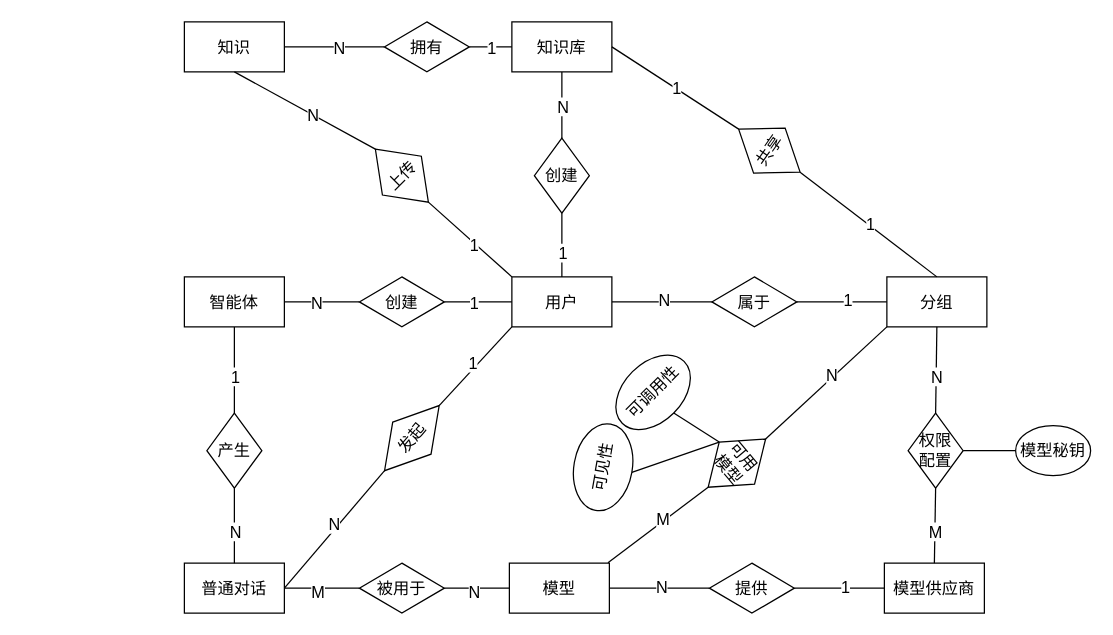
Earlier version of the draw.io diagram 实体联系图.drawio (Chentx1243/draw.io). Source tidied: cells renumbered, new cells numbered last; positions are measured from the earlier drawing's top-left corner, leaving out a move shared by most shapes. Both pictures are drawn from the tidied source at 125%, with x=0, y=0 at pixel (184, 21).
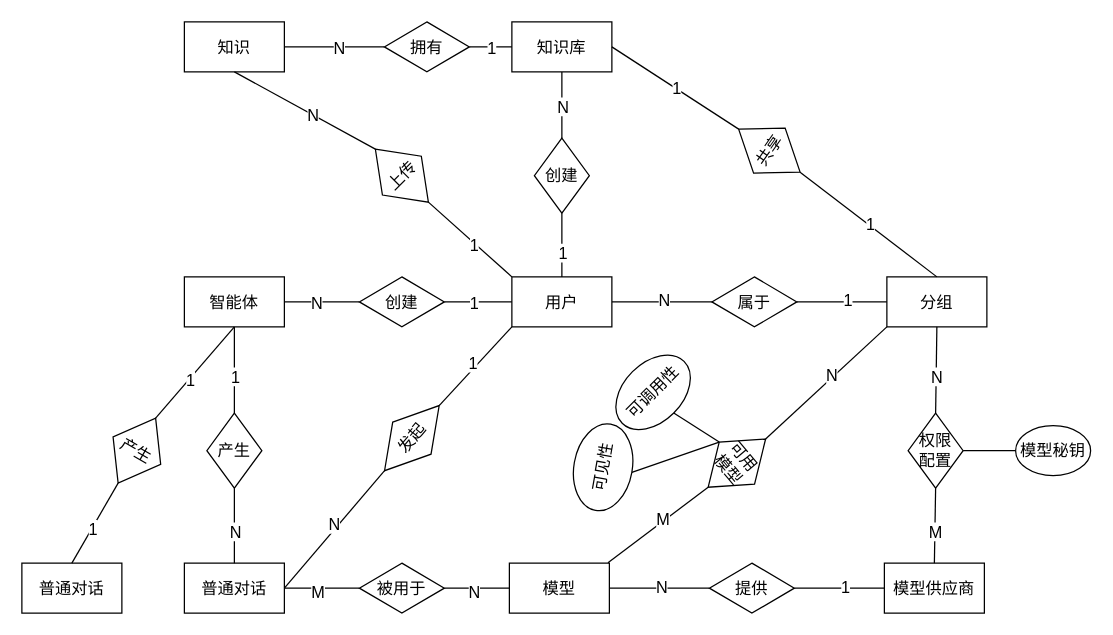
The same page after the edit.

Commit message (it also covers changes not shown here):
更新实体联系图.drawio

Unchanged cells that the change refers to:
```xml
<mxCell id="65" value="智能体" style="rounded=0;whiteSpace=wrap;html=1;fontFamily=宋体;fontSize=13;" parent="1" vertex="1">
  <mxGeometry y="204" width="80" height="40" as="geometry" />
</mxCell>
```

The edit, as a diff of the source:
```diff
@@
+    <mxCell id="76" value="普通对话" style="rounded=0;whiteSpace=wrap;html=1;fontFamily=宋体;fontSize=13;" parent="1" vertex="1">
+      <mxGeometry x="-130" y="433" width="80" height="40" as="geometry" />
+    </mxCell>
+    <mxCell id="77" value="产生" style="rhombus;whiteSpace=wrap;html=1;fontFamily=宋体;fontSize=13;rotation=30;" parent="1" vertex="1">
+      <mxGeometry x="-60" y="313" width="44" height="60" as="geometry" />
+    </mxCell>
+    <mxCell id="78" style="rounded=0;jettySize=auto;html=1;endArrow=none;endFill=0;exitX=0.5;exitY=1;exitDx=0;exitDy=0;entryX=0.5;entryY=0;entryDx=0;entryDy=0;fontSize=13;fontFamily=宋体;" parent="1" edge="1" source="65" target="77">
+      <mxGeometry relative="1" as="geometry" />
+    </mxCell>
+    <mxCell id="79" value="1" style="edgeLabel;html=1;align=center;verticalAlign=middle;fontFamily=宋体;fontSize=13;" parent="78" vertex="1">
+      <mxGeometry x="0.12" y="2" relative="1" as="geometry">
+        <mxPoint x="-2" as="offset" />
+      </mxGeometry>
+    </mxCell>
+    <mxCell id="80" style="rounded=0;jettySize=auto;html=1;endArrow=none;endFill=0;exitX=0.5;exitY=1;exitDx=0;exitDy=0;entryX=0.5;entryY=0;entryDx=0;entryDy=0;fontSize=13;fontFamily=宋体;" parent="1" edge="1" source="77" target="76">
+      <mxGeometry relative="1" as="geometry" />
+    </mxCell>
+    <mxCell id="81" value="1" style="edgeLabel;html=1;align=center;verticalAlign=middle;fontFamily=宋体;fontSize=13;" parent="80" vertex="1">
+      <mxGeometry x="0.12" y="2" relative="1" as="geometry">
+        <mxPoint x="-2" as="offset" />
+      </mxGeometry>
+    </mxCell>
```
